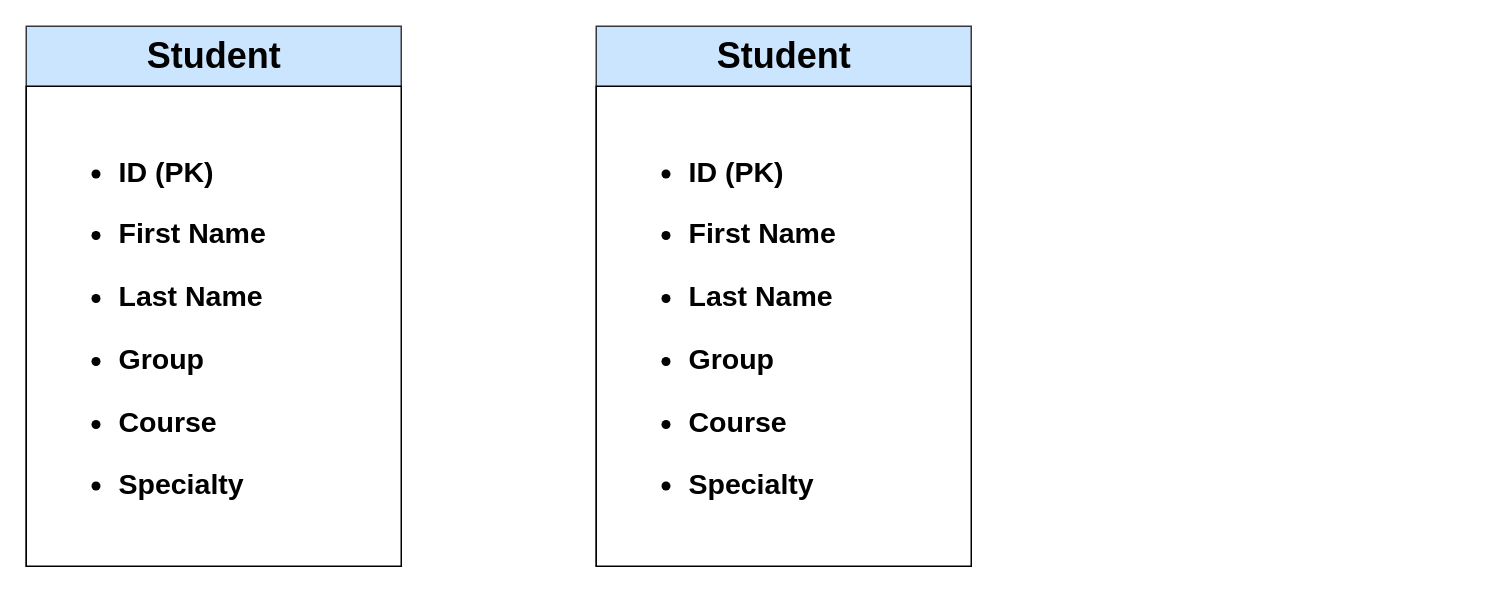
Earlier version of the draw.io diagram BD for my project.drawio (Ind1gozzz/yii2-php). Source tidied: cells renumbered, new cells numbered last; positions are measured from the earlier drawing's top-left corner, leaving out a move shared by most shapes. Both pictures are drawn from the tidied source at 150%, with x=0, y=0 at pixel (26, 26).
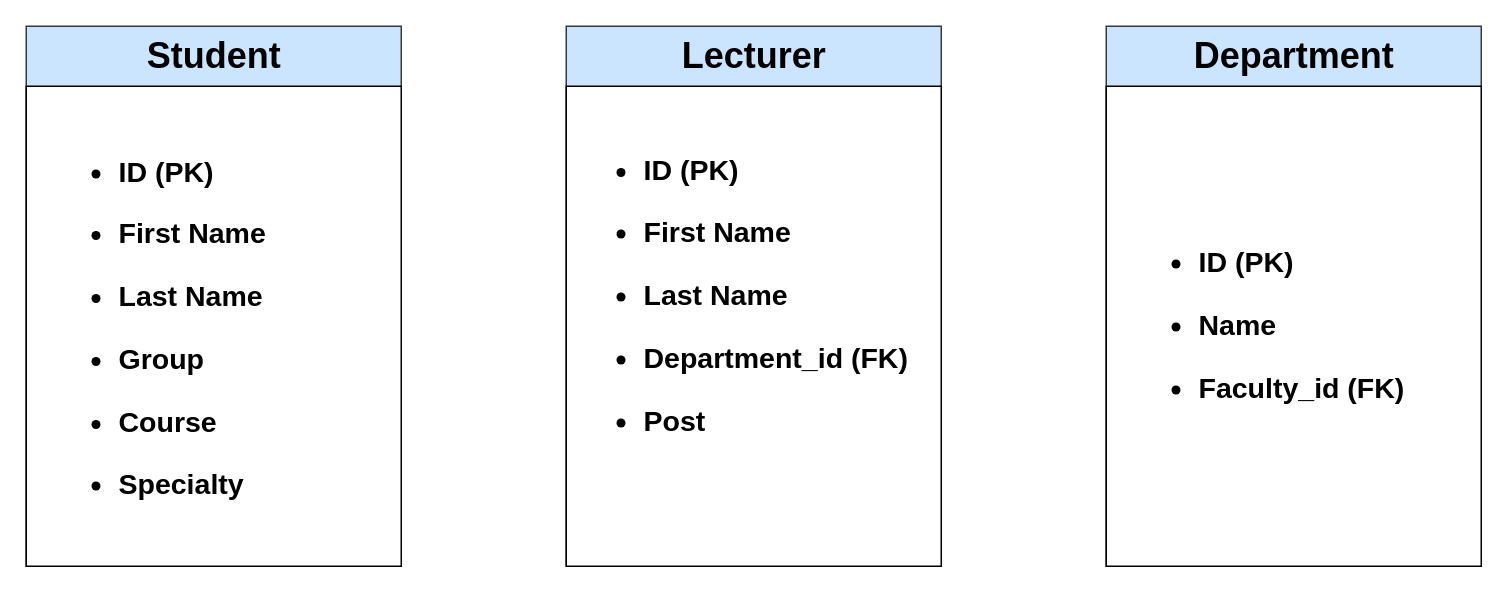
Above is the later version.

The edit, as a diff of the source:
```diff
@@
 <mxGraphModel>
   <root>
     <mxCell id="0" />
     <mxCell id="1" parent="0" />
     <mxCell id="2" style="rounded=0;whiteSpace=wrap;html=1;fillColor=#cce5ff;strokeColor=#36393d;" parent="1" vertex="1">
       <mxGeometry width="250" height="360" as="geometry" />
     </mxCell>
     <mxCell id="3" value="Student" style="text;strokeColor=none;fillColor=none;html=1;fontSize=24;fontStyle=1;verticalAlign=middle;align=center;" parent="1" vertex="1">
       <mxGeometry x="75" width="100" height="40" as="geometry" />
     </mxCell>
     <mxCell id="4" style="rounded=0;whiteSpace=wrap;html=1;" parent="1" vertex="1">
       <mxGeometry y="40" width="250" height="320" as="geometry" />
     </mxCell>
     <mxCell id="5" value="&lt;h1&gt;&lt;/h1&gt;&lt;h3&gt;&lt;/h3&gt;&lt;h5&gt;&lt;/h5&gt;&lt;h6&gt;&lt;/h6&gt;&lt;h3 style=&quot;line-height: 100% ; font-size: 13px&quot;&gt;&lt;/h3&gt;&lt;h1 style=&quot;font-size: 18px ; line-height: 90%&quot;&gt;&lt;/h1&gt;&lt;h3 style=&quot;font-size: 15px&quot;&gt;&lt;/h3&gt;&lt;h3 style=&quot;line-height: 120% ; font-size: 19px&quot;&gt;&lt;ul&gt;&lt;li&gt;ID (PK)&lt;/li&gt;&lt;/ul&gt;&lt;ul&gt;&lt;li&gt;First Name&lt;/li&gt;&lt;/ul&gt;&lt;ul&gt;&lt;li&gt;Last Name&lt;/li&gt;&lt;/ul&gt;&lt;ul&gt;&lt;li&gt;Group&lt;/li&gt;&lt;/ul&gt;&lt;ul&gt;&lt;li&gt;Course&lt;/li&gt;&lt;/ul&gt;&lt;ul&gt;&lt;li&gt;Specialty&lt;/li&gt;&lt;/ul&gt;&lt;/h3&gt;" style="text;strokeColor=none;fillColor=none;html=1;whiteSpace=wrap;verticalAlign=middle;overflow=hidden;" parent="1" vertex="1">
       <mxGeometry x="20" y="65" width="210" height="270" as="geometry" />
     </mxCell>
     <mxCell id="6" style="rounded=0;whiteSpace=wrap;html=1;fillColor=#cce5ff;strokeColor=#36393d;" parent="1" vertex="1">
-      <mxGeometry x="380" width="250" height="360" as="geometry" />
+      <mxGeometry x="720" width="250" height="360" as="geometry" />
     </mxCell>
-    <mxCell id="7" value="Student" style="text;strokeColor=none;fillColor=none;html=1;fontSize=24;fontStyle=1;verticalAlign=middle;align=center;" parent="1" vertex="1">
-      <mxGeometry x="455" width="100" height="40" as="geometry" />
+    <mxCell id="7" value="Department" style="text;strokeColor=none;fillColor=none;html=1;fontSize=24;fontStyle=1;verticalAlign=middle;align=center;" parent="1" vertex="1">
+      <mxGeometry x="795" width="100" height="40" as="geometry" />
     </mxCell>
     <mxCell id="8" style="rounded=0;whiteSpace=wrap;html=1;" parent="1" vertex="1">
-      <mxGeometry x="380" y="40" width="250" height="320" as="geometry" />
+      <mxGeometry x="720" y="40" width="250" height="320" as="geometry" />
     </mxCell>
-    <mxCell id="9" value="&lt;h1&gt;&lt;/h1&gt;&lt;h3&gt;&lt;/h3&gt;&lt;h5&gt;&lt;/h5&gt;&lt;h6&gt;&lt;/h6&gt;&lt;h3 style=&quot;line-height: 100% ; font-size: 13px&quot;&gt;&lt;/h3&gt;&lt;h1 style=&quot;font-size: 18px ; line-height: 90%&quot;&gt;&lt;/h1&gt;&lt;h3 style=&quot;font-size: 15px&quot;&gt;&lt;/h3&gt;&lt;h3 style=&quot;line-height: 120% ; font-size: 19px&quot;&gt;&lt;ul&gt;&lt;li&gt;ID (PK)&lt;/li&gt;&lt;/ul&gt;&lt;ul&gt;&lt;li&gt;First Name&lt;/li&gt;&lt;/ul&gt;&lt;ul&gt;&lt;li&gt;Last Name&lt;/li&gt;&lt;/ul&gt;&lt;ul&gt;&lt;li&gt;Group&lt;/li&gt;&lt;/ul&gt;&lt;ul&gt;&lt;li&gt;Course&lt;/li&gt;&lt;/ul&gt;&lt;ul&gt;&lt;li&gt;Specialty&lt;/li&gt;&lt;/ul&gt;&lt;/h3&gt;" style="text;strokeColor=none;fillColor=none;html=1;whiteSpace=wrap;verticalAlign=middle;overflow=hidden;" parent="1" vertex="1">
-      <mxGeometry x="400" y="65" width="210" height="270" as="geometry" />
+    <mxCell id="9" value="&lt;h1&gt;&lt;/h1&gt;&lt;h3&gt;&lt;/h3&gt;&lt;h5&gt;&lt;/h5&gt;&lt;h6&gt;&lt;/h6&gt;&lt;h3 style=&quot;line-height: 100% ; font-size: 13px&quot;&gt;&lt;/h3&gt;&lt;h1 style=&quot;font-size: 18px ; line-height: 90%&quot;&gt;&lt;/h1&gt;&lt;h3 style=&quot;font-size: 15px&quot;&gt;&lt;/h3&gt;&lt;h3 style=&quot;line-height: 120% ; font-size: 19px&quot;&gt;&lt;ul&gt;&lt;li&gt;ID (PK)&lt;/li&gt;&lt;/ul&gt;&lt;ul&gt;&lt;li&gt;Name&lt;/li&gt;&lt;/ul&gt;&lt;ul&gt;&lt;li&gt;Faculty_id (FK)&lt;/li&gt;&lt;/ul&gt;&lt;/h3&gt;" style="text;strokeColor=none;fillColor=none;html=1;whiteSpace=wrap;verticalAlign=middle;overflow=hidden;" parent="1" vertex="1">
+      <mxGeometry x="740" y="65" width="210" height="270" as="geometry" />
     </mxCell>
+    <mxCell id="10" style="rounded=0;whiteSpace=wrap;html=1;fillColor=#cce5ff;strokeColor=#36393d;" parent="1" vertex="1">
+      <mxGeometry x="360" width="250" height="360" as="geometry" />
+    </mxCell>
+    <mxCell id="11" value="Lecturer" style="text;strokeColor=none;fillColor=none;html=1;fontSize=24;fontStyle=1;verticalAlign=middle;align=center;" parent="1" vertex="1">
+      <mxGeometry x="435" width="100" height="40" as="geometry" />
+    </mxCell>
+    <mxCell id="12" style="rounded=0;whiteSpace=wrap;html=1;" parent="1" vertex="1">
+      <mxGeometry x="360" y="40" width="250" height="320" as="geometry" />
+    </mxCell>
+    <mxCell id="13" value="&lt;h1&gt;&lt;/h1&gt;&lt;h3&gt;&lt;/h3&gt;&lt;h5&gt;&lt;/h5&gt;&lt;h6&gt;&lt;/h6&gt;&lt;h3 style=&quot;line-height: 100% ; font-size: 13px&quot;&gt;&lt;/h3&gt;&lt;h1 style=&quot;font-size: 18px ; line-height: 90%&quot;&gt;&lt;/h1&gt;&lt;h3 style=&quot;font-size: 15px&quot;&gt;&lt;/h3&gt;&lt;h3 style=&quot;line-height: 120% ; font-size: 19px&quot;&gt;&lt;ul&gt;&lt;li&gt;ID (PK)&lt;/li&gt;&lt;/ul&gt;&lt;ul&gt;&lt;li&gt;First Name&lt;/li&gt;&lt;/ul&gt;&lt;ul&gt;&lt;li&gt;Last Name&lt;/li&gt;&lt;/ul&gt;&lt;ul&gt;&lt;li&gt;Department_id (FK)&lt;/li&gt;&lt;/ul&gt;&lt;ul&gt;&lt;li&gt;Post&lt;/li&gt;&lt;/ul&gt;&lt;/h3&gt;" style="text;strokeColor=none;fillColor=none;html=1;whiteSpace=wrap;verticalAlign=middle;overflow=hidden;" parent="1" vertex="1">
+      <mxGeometry x="370" y="45" width="230" height="270" as="geometry" />
+    </mxCell>
   </root>
 </mxGraphModel>
```
